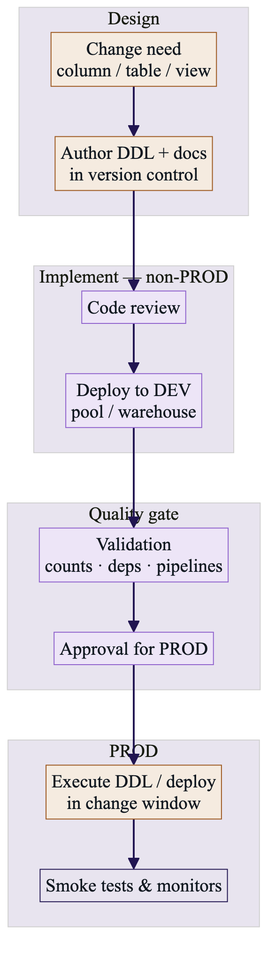
Above: poster/diagrams/03_table_change_flow.png in cruzaddy91/DATA-470_DSCapstone (Mermaid), before the change. Its source is kept beside it as poster/diagrams/03_table_change_flow.mmd.
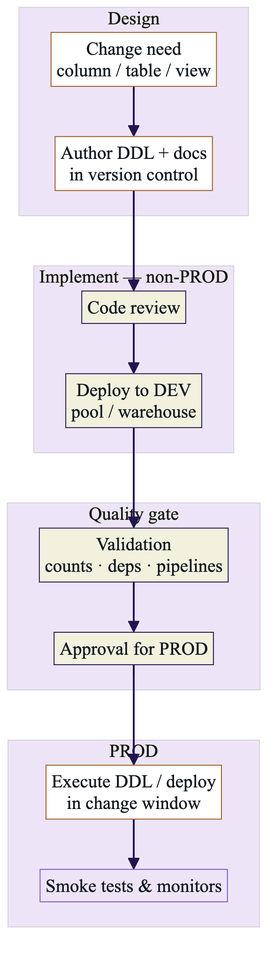
Above is the later version.

Diff of the diagram source:
```diff
@@ -1,3 +1,4 @@
+%%{init: {'theme': 'base', 'flowchart': {'htmlLabels': true}}}%%
 
 flowchart TB
   subgraph D["Design"]
@@ -28,9 +29,9 @@
   AP --> EX
   EX --> SM
 
-  classDef pipeline fill:#F5EBE0,stroke:#9D581F,color:#101820
-  classDef process fill:#EDE5F7,stroke:#9063CD,color:#101820
-  classDef reporting fill:#E8E4EF,stroke:#211551,color:#101820
+  classDef pipeline fill:#FFFFFF,stroke:#9D581F,color:#101820
+  classDef process fill:#F1F1DE,stroke:#211551,color:#101820
+  classDef reporting fill:#EDE5F7,stroke:#8252C7,color:#101820
 
   class R,A pipeline
   class RV,DV,CK,AP process
```
